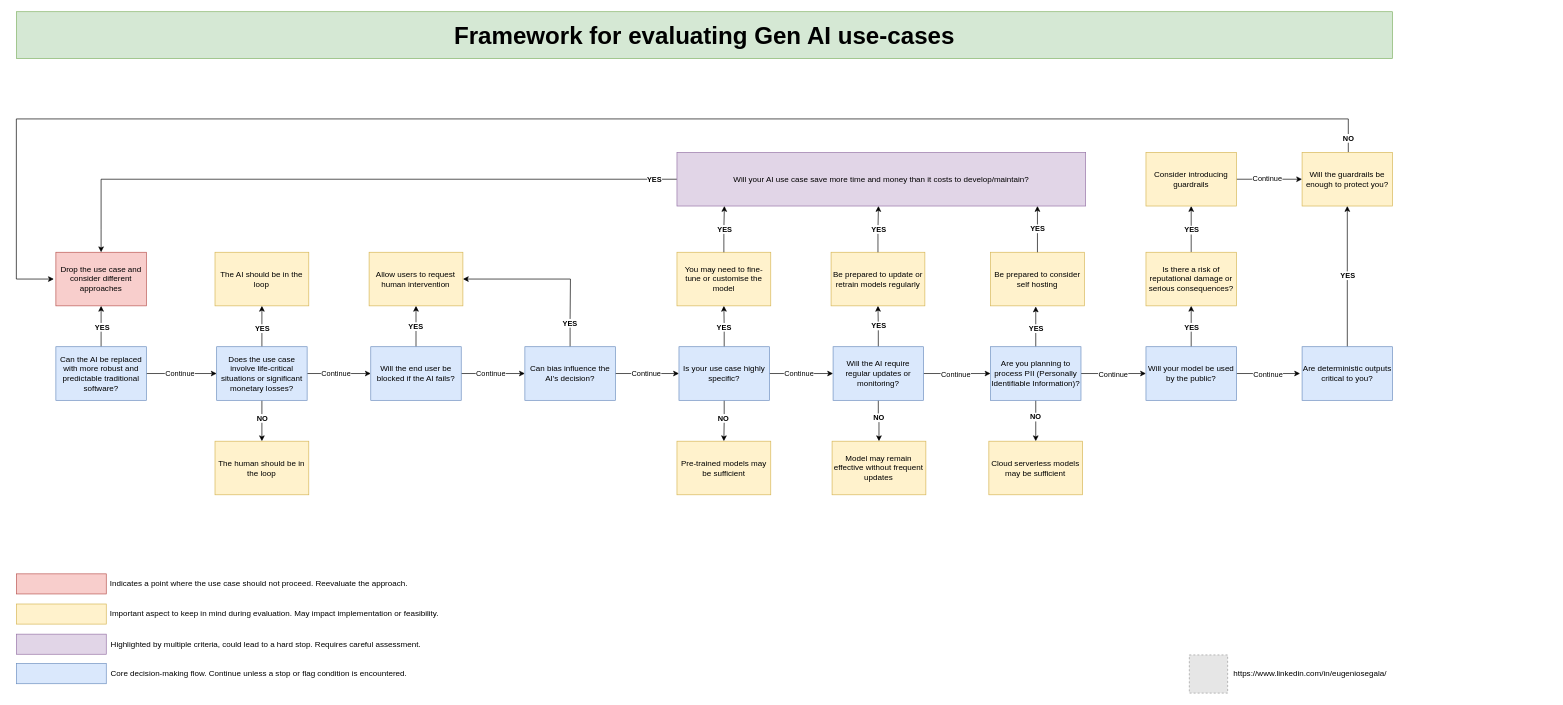
The draw.io diagram gen-ai-evaluation-framework.drawio in eugeniosegala/gen-ai-evaluation-framework, before the edit. Source tidied: cells renumbered, new cells numbered last; positions are measured from the earlier drawing's top-left corner, leaving out a move shared by most shapes. Both pictures are drawn from the tidied source at 67%, with x=0, y=0 at pixel (16, 11). Pictures stored in the file or linked from it are replaced by grey dashed boxes.
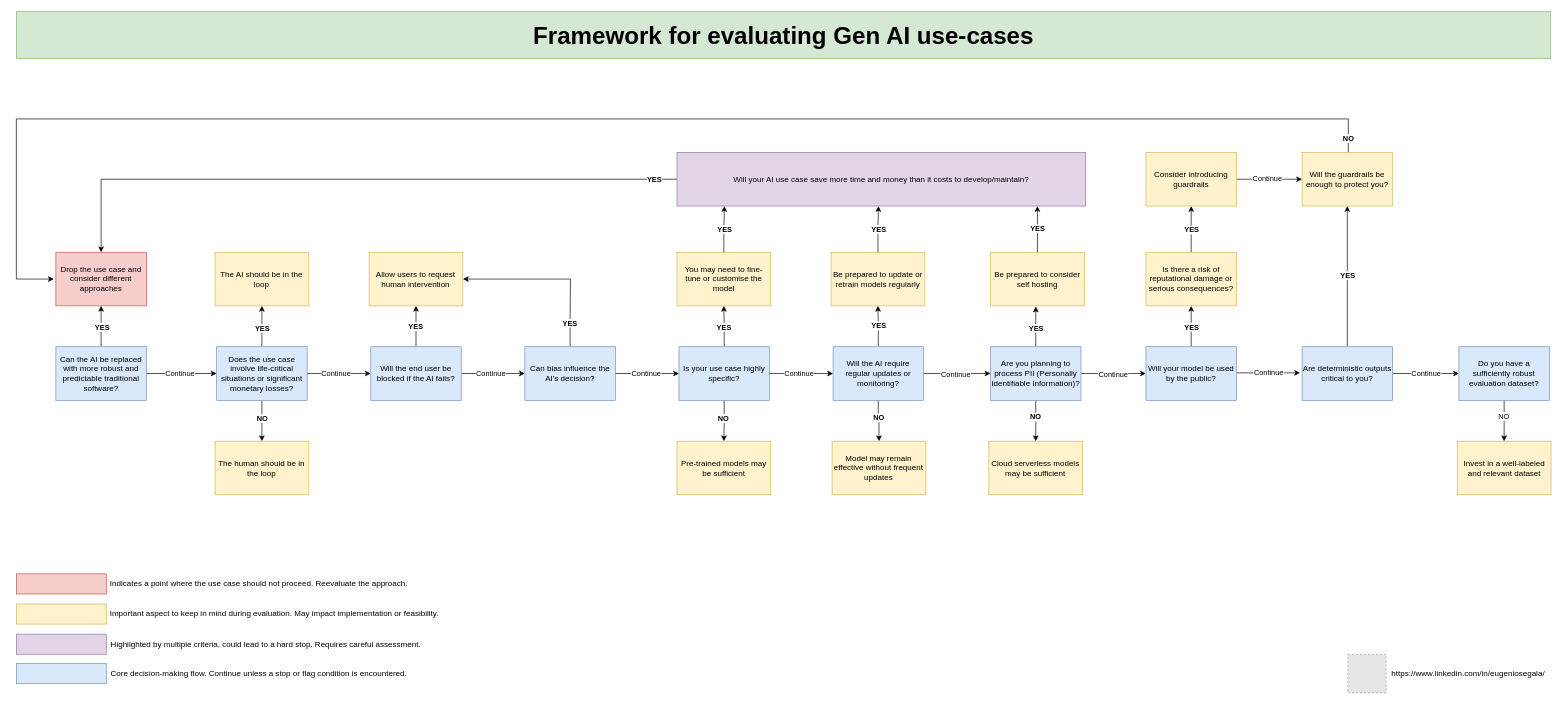
Above is the later version.

Commit message (it also covers changes not shown here):
add info about evaluation dataset and todo

The change refers to these unchanged cells:
```xml
<mxCell id="65" value="Will your model be used by the public?" style="rounded=0;whiteSpace=wrap;html=1;fillColor=#dae8fc;strokeColor=#6c8ebf;" parent="1" vertex="1">
  <mxGeometry x="1685.9" y="500" width="135" height="80" as="geometry" />
</mxCell>
<mxCell id="77" value="Are deterministic outputs critical to you?" style="rounded=0;whiteSpace=wrap;html=1;fillColor=#dae8fc;strokeColor=#6c8ebf;" parent="1" vertex="1">
  <mxGeometry x="1918.9" y="500" width="135" height="80" as="geometry" />
</mxCell>
```

What changed in the source:
```diff
@@
     <mxCell id="51" value="Framework for evaluating Gen AI use-cases" style="text;html=1;align=center;verticalAlign=middle;whiteSpace=wrap;rounded=0;fillColor=#d5e8d4;strokeColor=#82b366;fontSize=36;fontStyle=1;" parent="1" vertex="1">
-      <mxGeometry width="2053.9" height="70" as="geometry" />
+      <mxGeometry width="2290" height="70" as="geometry" />
     </mxCell>
@@
-    <mxCell id="64" value="Continue" style="edgeStyle=orthogonalEdgeStyle;rounded=0;jettySize=auto;html=1;" parent="1" edge="1" source="65">
+    <mxCell id="64" value="Continue" style="edgeStyle=orthogonalEdgeStyle;rounded=0;orthogonalLoop=1;jettySize=auto;html=1;" parent="1" edge="1">
       <mxGeometry relative="1" as="geometry">
-        <mxPoint x="1915.9" y="540" as="targetPoint" />
+        <mxPoint x="1820.9" y="539" as="sourcePoint" />
+        <mxPoint x="1915.9" y="539" as="targetPoint" />
       </mxGeometry>
     </mxCell>
@@
+    <mxCell id="88" value="Continue" style="edgeStyle=orthogonalEdgeStyle;rounded=0;jettySize=auto;html=1;" parent="1" edge="1" source="77" target="91">
+      <mxGeometry relative="1" as="geometry" />
+    </mxCell>
@@
     <mxCell id="86" value="https://www.linkedin.com/in/eugeniosegala/" style="text;whiteSpace=wrap;align=center;opacity=50;" parent="1" vertex="1">
-      <mxGeometry x="1807.8" y="974" width="246.1" height="29" as="geometry" />
+      <mxGeometry x="2044.4" y="973.5" width="246.1" height="29" as="geometry" />
     </mxCell>
     <mxCell id="87" style="fillColor=#E6E6E6;strokeColor=#999999;dashed=1;verticalLabelPosition=bottom;labelBackgroundColor=default;verticalAlign=top;" parent="1" vertex="1">
-      <mxGeometry x="1750.6" y="960" width="57.2" height="57" as="geometry" />
+      <mxGeometry x="1987.2" y="959.5" width="57.2" height="57" as="geometry" />
     </mxCell>
+    <mxCell id="89" style="edgeStyle=orthogonalEdgeStyle;rounded=0;jettySize=auto;html=1;" parent="1" edge="1" source="91" target="92">
+      <mxGeometry relative="1" as="geometry" />
+    </mxCell>
+    <mxCell id="90" value="NO" style="edgeLabel;html=1;align=center;verticalAlign=middle;" parent="89" vertex="1">
+      <mxGeometry x="-0.23" y="-1" relative="1" as="geometry" />
+    </mxCell>
+    <mxCell id="91" value="Do you have a sufficiently robust evaluation dataset?" style="rounded=0;whiteSpace=wrap;html=1;fillColor=#dae8fc;strokeColor=#6c8ebf;" parent="1" vertex="1">
+      <mxGeometry x="2153" y="500" width="135" height="80" as="geometry" />
+    </mxCell>
+    <mxCell id="92" value="Invest in a well-labeled and relevant dataset" style="rounded=0;whiteSpace=wrap;html=1;fillColor=#fff2cc;strokeColor=#d6b656;" parent="1" vertex="1">
+      <mxGeometry x="2150.5" y="641" width="140" height="80" as="geometry" />
+    </mxCell>
```
